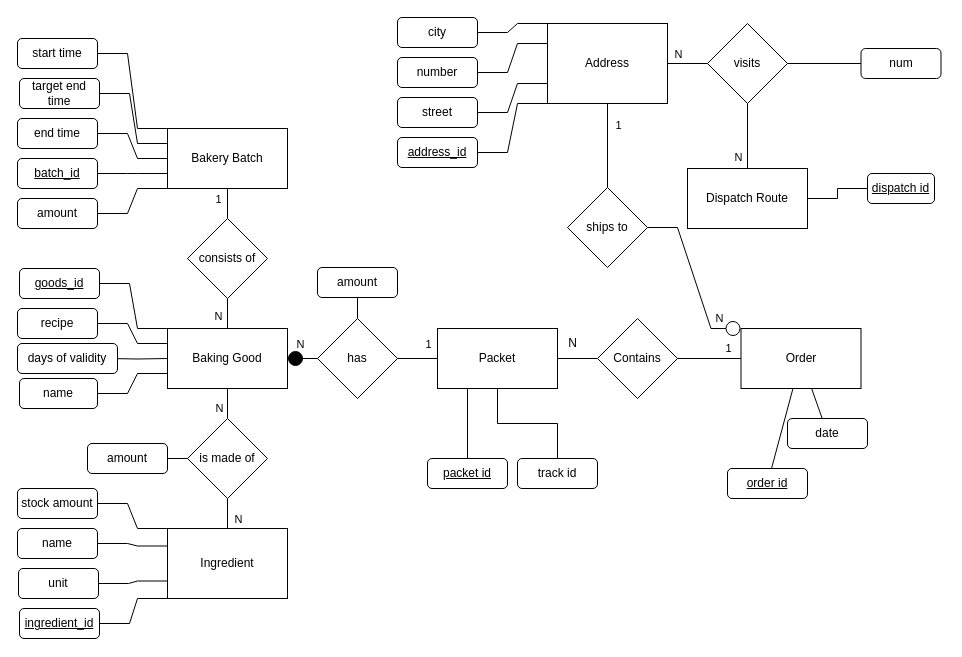
This is Bakery/ERDiagram/ER Modified.drawio from Djengiss/Bakery, a draw.io file, before an edit. Source tidied: cells renumbered, new cells numbered last; positions are measured from the earlier drawing's top-left corner, leaving out a move shared by most shapes. Both pictures are drawn from the tidied source at 100%, with x=0, y=0 at pixel (17, 17).
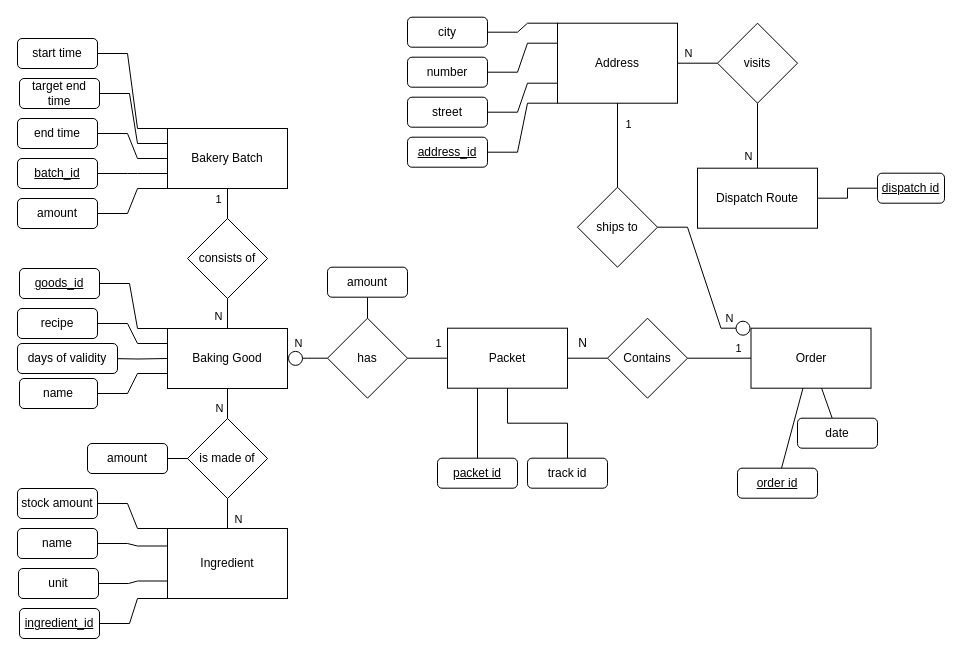
The same diagram, later.

Unchanged cells that the change refers to:
```xml
<mxCell id="9" value="Baking Good" style="rounded=0;whiteSpace=wrap;html=1;" parent="1" vertex="1">
  <mxGeometry x="150" y="311" width="120" height="60" as="geometry" />
</mxCell>
```

What changed in the source:
```diff
@@
     <mxCell id="2" value="Order" style="rounded=0;whiteSpace=wrap;html=1;" parent="1" vertex="1">
-      <mxGeometry x="723.5" y="311" width="120" height="60" as="geometry" />
+      <mxGeometry x="733.5" y="310.7" width="120" height="60" as="geometry" />
     </mxCell>
@@
     <mxCell id="4" value="order id" style="rounded=1;whiteSpace=wrap;html=1;fontStyle=4;" parent="1" vertex="1">
-      <mxGeometry x="710" y="451" width="80" height="30" as="geometry" />
+      <mxGeometry x="720" y="450.7" width="80" height="30" as="geometry" />
     </mxCell>
@@
     <mxCell id="6" value="date" style="rounded=1;whiteSpace=wrap;html=1;" parent="1" vertex="1">
-      <mxGeometry x="770" y="401" width="80" height="30" as="geometry" />
+      <mxGeometry x="780" y="400.7" width="80" height="30" as="geometry" />
     </mxCell>
-    <mxCell id="7" style="edgeStyle=entityRelationEdgeStyle;rounded=0;jettySize=auto;html=1;endArrow=none;endFill=0;startArrow=circle;startFill=1;" parent="1" edge="1" source="9" target="13">
-      <mxGeometry relative="1" as="geometry" />
-    </mxCell>
-    <mxCell id="8" value="N" style="edgeLabel;html=1;align=center;verticalAlign=middle;" parent="7" vertex="1">
-      <mxGeometry x="-0.64" y="2" relative="1" as="geometry">
-        <mxPoint x="-4" y="-13" as="offset" />
-      </mxGeometry>
-    </mxCell>
@@
+    <mxCell id="89" style="edgeStyle=orthogonalEdgeStyle;rounded=0;jettySize=auto;html=1;startArrow=none;startFill=0;endArrow=circle;endFill=0;" parent="1" edge="1" source="13" target="9">
+      <mxGeometry relative="1" as="geometry" />
+    </mxCell>
+    <mxCell id="8" value="N" style="edgeLabel;html=1;align=center;verticalAlign=middle;" parent="89" vertex="1">
+      <mxGeometry x="-0.12" y="-2" relative="1" as="geometry">
+        <mxPoint x="-12" y="-13" as="offset" />
+      </mxGeometry>
+    </mxCell>
     <mxCell id="13" value="has" style="rhombus;whiteSpace=wrap;html=1;" parent="1" vertex="1">
-      <mxGeometry x="300" y="301" width="80" height="80" as="geometry" />
+      <mxGeometry x="310" y="300.7" width="80" height="80" as="geometry" />
     </mxCell>
@@
     <mxCell id="45" value="Dispatch Route" style="rounded=0;whiteSpace=wrap;html=1;" parent="1" vertex="1">
-      <mxGeometry x="670" y="151" width="120" height="60" as="geometry" />
+      <mxGeometry x="680" y="150.7" width="120" height="60" as="geometry" />
     </mxCell>
     <mxCell id="46" value="Address" style="rounded=0;whiteSpace=wrap;html=1;" parent="1" vertex="1">
-      <mxGeometry x="530" y="6" width="120" height="80" as="geometry" />
+      <mxGeometry x="540" y="5.7" width="120" height="80" as="geometry" />
     </mxCell>
@@
     <mxCell id="51" value="visits" style="rhombus;whiteSpace=wrap;html=1;" parent="1" vertex="1">
-      <mxGeometry x="690" y="6" width="80" height="80" as="geometry" />
+      <mxGeometry x="700" y="5.7" width="80" height="80" as="geometry" />
     </mxCell>
@@
     <mxCell id="53" value="city" style="rounded=1;whiteSpace=wrap;html=1;fontStyle=0;" parent="1" vertex="1">
-      <mxGeometry x="380" width="80" height="30" as="geometry" />
+      <mxGeometry x="390" y="-0.3" width="80" height="30" as="geometry" />
     </mxCell>
@@
     <mxCell id="55" value="number" style="rounded=1;whiteSpace=wrap;html=1;fontStyle=0;" parent="1" vertex="1">
-      <mxGeometry x="380" y="40" width="80" height="30" as="geometry" />
+      <mxGeometry x="390" y="39.7" width="80" height="30" as="geometry" />
     </mxCell>
@@
     <mxCell id="57" value="street" style="rounded=1;whiteSpace=wrap;html=1;fontStyle=0;" parent="1" vertex="1">
-      <mxGeometry x="380" y="80" width="80" height="30" as="geometry" />
+      <mxGeometry x="390" y="79.7" width="80" height="30" as="geometry" />
     </mxCell>
@@
     <mxCell id="60" value="dispatch id" style="rounded=1;whiteSpace=wrap;html=1;fontStyle=4;" parent="1" vertex="1">
-      <mxGeometry x="850" y="156" width="67" height="30" as="geometry" />
+      <mxGeometry x="860" y="155.7" width="67" height="30" as="geometry" />
     </mxCell>
@@
     <mxCell id="68" value="ships to" style="rhombus;whiteSpace=wrap;html=1;" parent="1" vertex="1">
-      <mxGeometry x="550" y="170" width="80" height="80" as="geometry" />
+      <mxGeometry x="560" y="169.7" width="80" height="80" as="geometry" />
     </mxCell>
@@
     <mxCell id="72" value="amount" style="rounded=1;whiteSpace=wrap;html=1;" parent="1" vertex="1">
-      <mxGeometry x="300" y="250" width="80" height="30" as="geometry" />
+      <mxGeometry x="310" y="249.7" width="80" height="30" as="geometry" />
     </mxCell>
     <mxCell id="73" value="address_id" style="rounded=1;whiteSpace=wrap;html=1;fontStyle=4;" parent="1" vertex="1">
-      <mxGeometry x="380" y="120" width="80" height="30" as="geometry" />
+      <mxGeometry x="390" y="119.7" width="80" height="30" as="geometry" />
     </mxCell>
@@
-    <mxCell id="75" style="edgeStyle=orthogonalEdgeStyle;rounded=0;jettySize=auto;html=1;endArrow=none;endFill=0;" parent="1" edge="1" source="76" target="51">
-      <mxGeometry relative="1" as="geometry" />
-    </mxCell>
-    <mxCell id="76" value="num" style="rounded=1;whiteSpace=wrap;html=1;" parent="1" vertex="1">
-      <mxGeometry x="843.5" y="31" width="80" height="30" as="geometry" />
-    </mxCell>
@@
     <mxCell id="80" value="track id" style="rounded=1;whiteSpace=wrap;html=1;fontStyle=0;strokeColor=default;" parent="1" vertex="1">
-      <mxGeometry x="500" y="441" width="80" height="30" as="geometry" />
+      <mxGeometry x="510" y="440.7" width="80" height="30" as="geometry" />
     </mxCell>
     <mxCell id="81" value="Packet" style="rounded=0;whiteSpace=wrap;html=1;" parent="1" vertex="1">
-      <mxGeometry x="420" y="311" width="120" height="60" as="geometry" />
+      <mxGeometry x="430" y="310.7" width="120" height="60" as="geometry" />
     </mxCell>
@@
     <mxCell id="83" value="Contains" style="rhombus;whiteSpace=wrap;html=1;" parent="1" vertex="1">
-      <mxGeometry x="580" y="301" width="80" height="80" as="geometry" />
+      <mxGeometry x="590" y="300.7" width="80" height="80" as="geometry" />
     </mxCell>
     <mxCell id="84" value="N" style="text;html=1;align=center;verticalAlign=middle;strokeColor=none;fillColor=none;" parent="1" vertex="1">
-      <mxGeometry x="540" y="311" width="30" height="30" as="geometry" />
+      <mxGeometry x="550" y="310.7" width="30" height="30" as="geometry" />
     </mxCell>
@@
     <mxCell id="88" value="packet id" style="rounded=1;whiteSpace=wrap;html=1;fontStyle=4;" parent="1" vertex="1">
-      <mxGeometry x="410" y="441" width="80" height="30" as="geometry" />
+      <mxGeometry x="420" y="440.7" width="80" height="30" as="geometry" />
     </mxCell>
```
